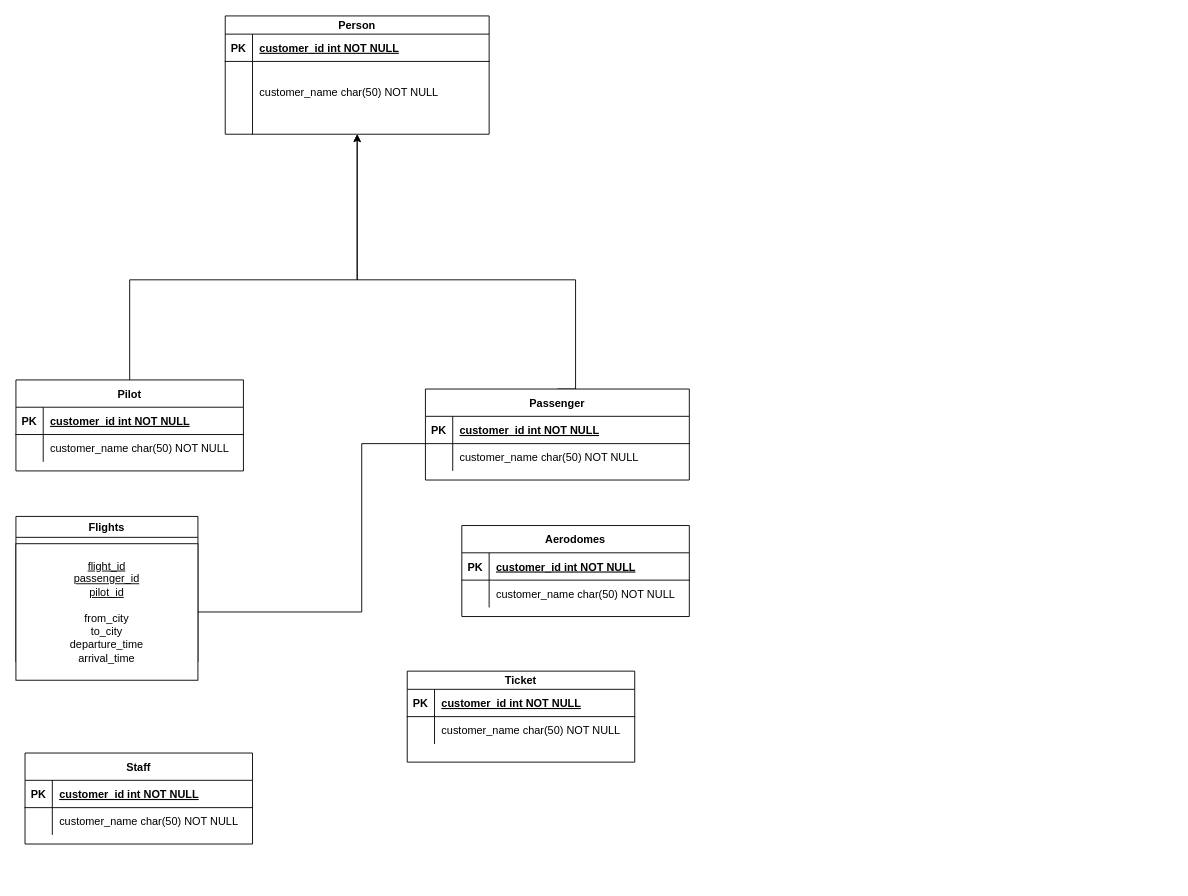
Before: Database.drawio in adarsh-kishore786/IT252-Project, a draw.io diagram. Source tidied: cells renumbered, new cells numbered last; positions are measured from the earlier drawing's top-left corner, leaving out a move shared by most shapes. Both pictures are drawn from the tidied source at 91%, with x=0, y=0 at pixel (15, 15).
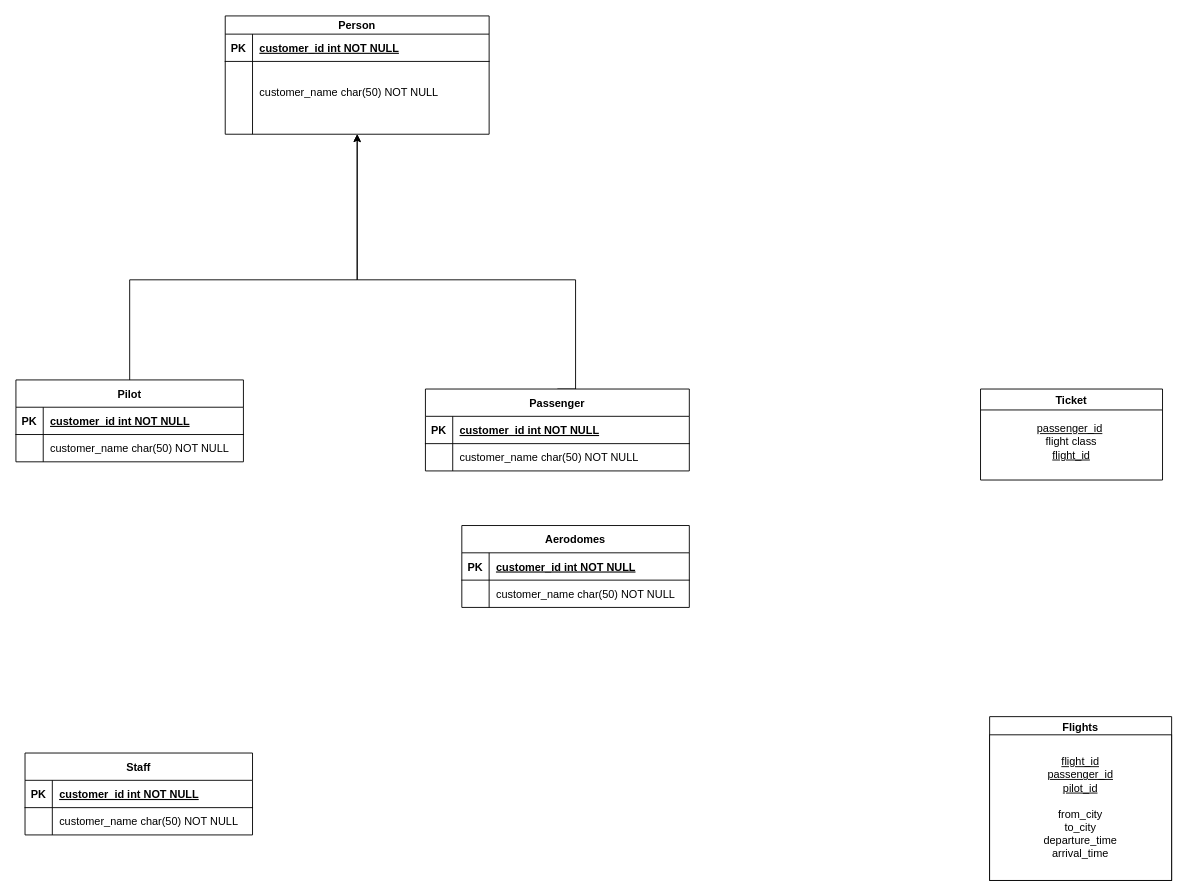
Above is the later version.

Diff of the diagram source:
```diff
@@
     <mxCell id="3" value="Pilot" style="shape=table;startSize=30;childLayout=tableLayout;rowLines=0;fontStyle=1;align=center;" parent="1" vertex="1">
-      <mxGeometry y="400" width="250" height="100" as="geometry" />
+      <mxGeometry y="400" width="250" height="90" as="geometry" />
     </mxCell>
@@
     <mxCell id="11" value="Passenger" style="shape=table;startSize=30;childLayout=tableLayout;rowLines=0;fontStyle=1;align=center;" parent="1" vertex="1">
-      <mxGeometry x="450" y="410" width="290" height="100" as="geometry" />
+      <mxGeometry x="450" y="410" width="290" height="90" as="geometry" />
     </mxCell>
@@
     <mxCell id="25" value="Aerodomes" style="shape=table;startSize=30;childLayout=tableLayout;rowLines=0;fontStyle=1;align=center;" parent="1" vertex="1">
-      <mxGeometry x="490" y="560" width="250" height="100" as="geometry" />
+      <mxGeometry x="490" y="560" width="250" height="90" as="geometry" />
     </mxCell>
@@
-    <mxCell id="32" value="Ticket" style="shape=table;startSize=20;childLayout=tableLayout;rowLines=0;fontStyle=1;align=center;" parent="1" vertex="1">
-      <mxGeometry x="430" y="720" width="250" height="100" as="geometry" />
-    </mxCell>
-    <mxCell id="33" style="shape=partialRectangle;fillColor=none;top=0;left=0;right=0;bottom=1;" parent="32" vertex="1">
-      <mxGeometry y="20" width="250" height="30" as="geometry" />
-    </mxCell>
-    <mxCell id="34" value="PK" style="shape=partialRectangle;overflow=hidden;fillColor=none;top=0;left=0;bottom=0;right=0;fontStyle=1;" parent="33" vertex="1">
-      <mxGeometry width="30" height="30" as="geometry" />
-    </mxCell>
-    <mxCell id="35" value="customer_id int NOT NULL " style="shape=partialRectangle;overflow=hidden;fillColor=none;top=0;left=0;bottom=0;right=0;align=left;spacingLeft=6;fontStyle=5;" parent="33" vertex="1">
-      <mxGeometry x="30" width="220" height="30" as="geometry" />
-    </mxCell>
-    <mxCell id="36" style="shape=partialRectangle;fillColor=none;top=0;left=0;right=0;bottom=0;" parent="32" vertex="1">
-      <mxGeometry y="50" width="250" height="30" as="geometry" />
-    </mxCell>
-    <mxCell id="37" style="shape=partialRectangle;overflow=hidden;fillColor=none;top=0;left=0;bottom=0;right=0;" parent="36" vertex="1">
-      <mxGeometry width="30" height="30" as="geometry" />
-    </mxCell>
-    <mxCell id="38" value="customer_name char(50) NOT NULL" style="shape=partialRectangle;overflow=hidden;fillColor=none;top=0;left=0;bottom=0;right=0;align=left;spacingLeft=6;" parent="36" vertex="1">
-      <mxGeometry x="30" width="220" height="30" as="geometry" />
-    </mxCell>
     <mxCell id="39" value="Staff" style="shape=table;startSize=30;childLayout=tableLayout;rowLines=0;fontStyle=1;align=center;" parent="1" vertex="1">
-      <mxGeometry x="10" y="810" width="250" height="100" as="geometry" />
+      <mxGeometry x="10" y="810" width="250" height="90" as="geometry" />
     </mxCell>
@@
     <mxCell id="46" value="Flights" style="swimlane;" parent="1" vertex="1">
-      <mxGeometry y="550" width="200" height="160" as="geometry" />
+      <mxGeometry x="1070" y="770" width="200" height="180" as="geometry" />
     </mxCell>
     <mxCell id="47" value="&lt;u&gt;flight_id&lt;/u&gt;&lt;br&gt;&lt;u&gt;passenger_id&lt;/u&gt;&lt;br&gt;&lt;u&gt;pilot_id&lt;/u&gt;&lt;br&gt;&lt;br&gt;from_city&lt;br&gt;to_city&lt;br&gt;departure_time&lt;br&gt;arrival_time" style="whiteSpace=wrap;html=1;" parent="46" vertex="1">
-      <mxGeometry y="30" width="200" height="150" as="geometry" />
+      <mxGeometry y="20" width="200" height="160" as="geometry" />
     </mxCell>
-    <mxCell id="48" style="endArrow=none;html=1;rounded=0;exitX=1;exitY=0.5;exitDx=0;exitDy=0;" parent="1" edge="1" source="47">
-      <mxGeometry relative="1" as="geometry">
-        <mxPoint x="450" y="470" as="targetPoint" />
-        <Array as="points">
-          <mxPoint x="380" y="655" />
-          <mxPoint x="380" y="470" />
-        </Array>
-      </mxGeometry>
-    </mxCell>
+    <mxCell id="32" value="Ticket" style="swimlane;" parent="1" vertex="1">
+      <mxGeometry x="1060" y="410" width="200" height="100" as="geometry" />
+    </mxCell>
+    <mxCell id="49" value="&lt;u&gt;passenger_id&lt;/u&gt;&amp;nbsp;&lt;br&gt;flight class&lt;br&gt;&lt;u&gt;flight_id&lt;br&gt;&lt;br&gt;&lt;/u&gt;" style="text;html=1;strokeColor=none;fillColor=none;align=center;verticalAlign=middle;whiteSpace=wrap;rounded=0;" parent="32" vertex="1">
+      <mxGeometry y="20" width="200" height="90" as="geometry" />
+    </mxCell>
```
